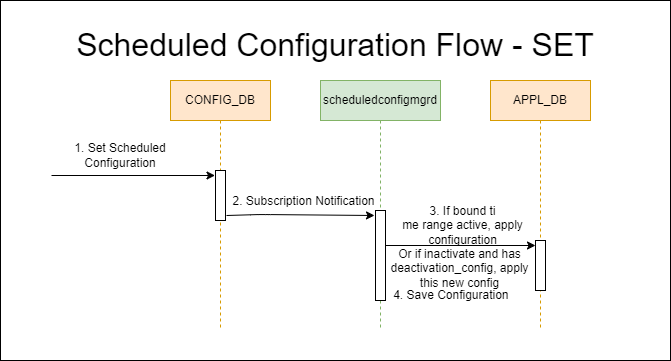
Before: doc/scheduled-configurations/images/scheduled-configuration-flow-set.png, a diagram exported from draw.io (sonic-net/SONiC). Source tidied: cells renumbered, new cells last; positions are measured from the earlier drawing's top-left corner, leaving out a move shared by most shapes. Source of this version:
```xml
<mxGraphModel>
  <root>
    <mxCell id="0" />
    <mxCell id="1" parent="0" />
    <mxCell id="2" style="rounded=0;whiteSpace=wrap;html=1;" parent="1" vertex="1">
      <mxGeometry width="670" height="360" as="geometry" />
    </mxCell>
    <mxCell id="3" value="CONFIG_DB" style="shape=umlLifeline;perimeter=lifelinePerimeter;whiteSpace=wrap;html=1;fillColor=#ffe6cc;strokeColor=#d79b00;" parent="1" vertex="1">
      <mxGeometry x="170" y="80" width="100" height="250" as="geometry" />
    </mxCell>
    <mxCell id="4" style="html=1;perimeter=orthogonalPerimeter;" parent="3" vertex="1">
      <mxGeometry x="45" y="90" width="10" height="50" as="geometry" />
    </mxCell>
    <mxCell id="5" value="&lt;font style=&quot;font-size: 32px;&quot;&gt;Scheduled Configuration Flow - SET&lt;/font&gt;" style="text;html=1;strokeColor=none;fillColor=none;align=center;verticalAlign=middle;whiteSpace=wrap;rounded=0;" parent="1" vertex="1">
      <mxGeometry x="70" y="30" width="530" height="30" as="geometry" />
    </mxCell>
    <mxCell id="6" value="scheduledconfigmgrd" style="shape=umlLifeline;perimeter=lifelinePerimeter;whiteSpace=wrap;html=1;fillColor=#d5e8d4;strokeColor=#82b366;" parent="1" vertex="1">
      <mxGeometry x="320" y="80" width="120" height="250" as="geometry" />
    </mxCell>
    <mxCell id="7" style="html=1;perimeter=orthogonalPerimeter;" parent="6" vertex="1">
      <mxGeometry x="55" y="130" width="10" height="90" as="geometry" />
    </mxCell>
    <mxCell id="8" style="edgeStyle=none;html=1;exitX=0.1;exitY=0.088;exitDx=0;exitDy=0;exitPerimeter=0;" parent="1" edge="1">
      <mxGeometry relative="1" as="geometry">
        <mxPoint x="51" y="175" as="sourcePoint" />
        <mxPoint x="214.5" y="175" as="targetPoint" />
      </mxGeometry>
    </mxCell>
    <mxCell id="9" style="edgeStyle=none;html=1;startArrow=none;" parent="1" edge="1">
      <mxGeometry relative="1" as="geometry">
        <mxPoint x="226" y="215" as="sourcePoint" />
        <mxPoint x="374" y="215" as="targetPoint" />
        <Array as="points">
          <mxPoint x="260" y="214" />
        </Array>
      </mxGeometry>
    </mxCell>
    <mxCell id="10" value="2. Subscription Notification" style="edgeLabel;html=1;align=center;verticalAlign=middle;fontSize=12;" parent="9" vertex="1">
      <mxGeometry x="-0.36" y="-1" relative="1" as="geometry">
        <mxPoint x="29" y="-15" as="offset" />
      </mxGeometry>
    </mxCell>
    <mxCell id="11" value="4. Save Configuration&amp;nbsp;" style="text;html=1;strokeColor=none;fillColor=none;align=center;verticalAlign=middle;whiteSpace=wrap;rounded=0;" parent="1" vertex="1">
      <mxGeometry x="380" y="280" width="145" height="30" as="geometry" />
    </mxCell>
    <mxCell id="12" value="1. Set Scheduled Configuration" style="text;html=1;strokeColor=none;fillColor=none;align=center;verticalAlign=middle;whiteSpace=wrap;rounded=0;" parent="1" vertex="1">
      <mxGeometry x="50" y="140" width="140" height="30" as="geometry" />
    </mxCell>
    <mxCell id="13" value="APPL_DB" style="shape=umlLifeline;perimeter=lifelinePerimeter;whiteSpace=wrap;html=1;fillColor=#ffe6cc;strokeColor=#d79b00;" parent="1" vertex="1">
      <mxGeometry x="490" y="80" width="100" height="250" as="geometry" />
    </mxCell>
    <mxCell id="14" style="html=1;perimeter=orthogonalPerimeter;" parent="13" vertex="1">
      <mxGeometry x="45" y="160" width="10" height="50" as="geometry" />
    </mxCell>
    <mxCell id="15" value="3. If bound ti&lt;span style=&quot;color: rgba(0, 0, 0, 0); font-family: monospace; font-size: 0px; text-align: start;&quot;&gt;%3CmxGraphModel%3E%3Croot%3E%3CmxCell%20id%3D%220%22%2F%3E%3CmxCell%20id%3D%221%22%20parent%3D%220%22%2F%3E%3CmxCell%20id%3D%222%22%20value%3D%223.%20If%20Configuration%20is%20Active%2C%20Delete%20from%20APPL_DB%22%20style%3D%22text%3Bhtml%3D1%3BstrokeColor%3Dnone%3BfillColor%3Dnone%3Balign%3Dcenter%3BverticalAlign%3Dmiddle%3BwhiteSpace%3Dwrap%3Brounded%3D0%3B%22%20vertex%3D%221%22%20parent%3D%221%22%3E%3CmxGeometry%20x%3D%22410%22%20y%3D%22230%22%20width%3D%22165%22%20height%3D%2230%22%20as%3D%22geometry%22%2F%3E%3C%2FmxCell%3E%3C%2Froot%3E%3C%2FmxGraphModel%3E&lt;/span&gt;&lt;br&gt;me range active, apply configuration&lt;span style=&quot;color: rgba(0, 0, 0, 0); font-family: monospace; font-size: 0px; text-align: start;&quot;&gt;%3CmxGraphModel%3E%3Croot%3E%3CmxCell%20id%3D%220%22%2F%3E%3CmxCell%20id%3D%221%22%20parent%3D%220%22%2F%3E%3CmxCell%20id%3D%222%22%20value%3D%223.%20If%20Configuration%20is%20Active%2C%20Delete%20from%20APPL_DB%22%20style%3D%22text%3Bhtml%3D1%3BstrokeColor%3Dnone%3BfillColor%3Dnone%3Balign%3Dcenter%3BverticalAlign%3Dmiddle%3BwhiteSpace%3Dwrap%3Brounded%3D0%3B%22%20vertex%3D%221%22%20parent%3D%221%22%3E%3CmxGeometry%20x%3D%22410%22%20y%3D%22230%22%20width%3D%22165%22%20height%3D%2230%22%20as%3D%22geometry%22%2F%3E%3C%2FmxCell%3E%3C%2Froot%3E%3C%2FmxGraphModel%3E&lt;/span&gt;" style="text;html=1;strokeColor=none;fillColor=none;align=center;verticalAlign=middle;whiteSpace=wrap;rounded=0;" parent="1" vertex="1">
      <mxGeometry x="390" y="210" width="145" height="30" as="geometry" />
    </mxCell>
    <mxCell id="16" style="endArrow=classic;html=1;" parent="1" edge="1">
      <mxGeometry relative="1" as="geometry">
        <mxPoint x="385" y="245" as="sourcePoint" />
        <mxPoint x="535" y="245" as="targetPoint" />
      </mxGeometry>
    </mxCell>
    <mxCell id="17" value="Or if inactivate and has deactivation_config, apply this new config" style="text;html=1;strokeColor=none;fillColor=none;align=center;verticalAlign=middle;whiteSpace=wrap;rounded=0;" parent="1" vertex="1">
      <mxGeometry x="387" y="253" width="145" height="30" as="geometry" />
    </mxCell>
  </root>
</mxGraphModel>
```
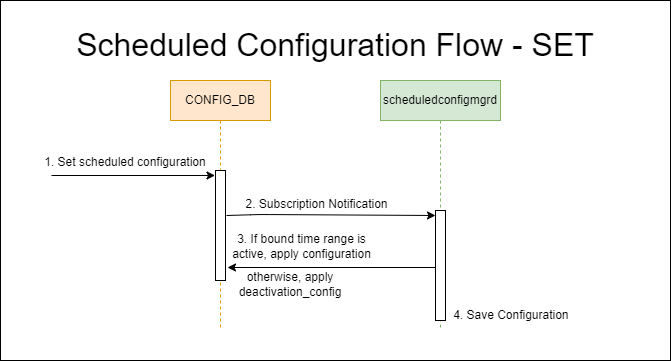
The same file after the commit.

Commit message:
Redesign of Scheduled Configurations

Change to the diagram source:
```diff
@@ -9,16 +9,16 @@
       <mxGeometry x="170" y="80" width="100" height="250" as="geometry" />
     </mxCell>
     <mxCell id="4" style="html=1;perimeter=orthogonalPerimeter;" parent="3" vertex="1">
-      <mxGeometry x="45" y="90" width="10" height="50" as="geometry" />
+      <mxGeometry x="45" y="90" width="10" height="110" as="geometry" />
     </mxCell>
     <mxCell id="5" value="&lt;font style=&quot;font-size: 32px;&quot;&gt;Scheduled Configuration Flow - SET&lt;/font&gt;" style="text;html=1;strokeColor=none;fillColor=none;align=center;verticalAlign=middle;whiteSpace=wrap;rounded=0;" parent="1" vertex="1">
       <mxGeometry x="70" y="30" width="530" height="30" as="geometry" />
     </mxCell>
     <mxCell id="6" value="scheduledconfigmgrd" style="shape=umlLifeline;perimeter=lifelinePerimeter;whiteSpace=wrap;html=1;fillColor=#d5e8d4;strokeColor=#82b366;" parent="1" vertex="1">
-      <mxGeometry x="320" y="80" width="120" height="250" as="geometry" />
+      <mxGeometry x="380" y="80" width="120" height="250" as="geometry" />
     </mxCell>
     <mxCell id="7" style="html=1;perimeter=orthogonalPerimeter;" parent="6" vertex="1">
-      <mxGeometry x="55" y="130" width="10" height="90" as="geometry" />
+      <mxGeometry x="55" y="130" width="10" height="110" as="geometry" />
     </mxCell>
     <mxCell id="8" style="edgeStyle=none;html=1;exitX=0.1;exitY=0.088;exitDx=0;exitDy=0;exitPerimeter=0;" parent="1" edge="1">
       <mxGeometry relative="1" as="geometry">
@@ -29,7 +29,7 @@
     <mxCell id="9" style="edgeStyle=none;html=1;startArrow=none;" parent="1" edge="1">
       <mxGeometry relative="1" as="geometry">
         <mxPoint x="226" y="215" as="sourcePoint" />
-        <mxPoint x="374" y="215" as="targetPoint" />
+        <mxPoint x="435" y="215" as="targetPoint" />
         <Array as="points">
           <mxPoint x="260" y="214" />
         </Array>
@@ -37,32 +37,26 @@
     </mxCell>
     <mxCell id="10" value="2. Subscription Notification" style="edgeLabel;html=1;align=center;verticalAlign=middle;fontSize=12;" parent="9" vertex="1">
       <mxGeometry x="-0.36" y="-1" relative="1" as="geometry">
-        <mxPoint x="29" y="-15" as="offset" />
+        <mxPoint x="22" y="-12" as="offset" />
       </mxGeometry>
     </mxCell>
     <mxCell id="11" value="4. Save Configuration&amp;nbsp;" style="text;html=1;strokeColor=none;fillColor=none;align=center;verticalAlign=middle;whiteSpace=wrap;rounded=0;" parent="1" vertex="1">
-      <mxGeometry x="380" y="280" width="145" height="30" as="geometry" />
+      <mxGeometry x="440" y="300" width="145" height="30" as="geometry" />
     </mxCell>
-    <mxCell id="12" value="1. Set Scheduled Configuration" style="text;html=1;strokeColor=none;fillColor=none;align=center;verticalAlign=middle;whiteSpace=wrap;rounded=0;" parent="1" vertex="1">
-      <mxGeometry x="50" y="140" width="140" height="30" as="geometry" />
+    <mxCell id="12" value="1. Set scheduled configuration" style="text;html=1;strokeColor=none;fillColor=none;align=center;verticalAlign=middle;whiteSpace=wrap;rounded=0;" parent="1" vertex="1">
+      <mxGeometry x="30" y="147" width="190" height="30" as="geometry" />
     </mxCell>
-    <mxCell id="13" value="APPL_DB" style="shape=umlLifeline;perimeter=lifelinePerimeter;whiteSpace=wrap;html=1;fillColor=#ffe6cc;strokeColor=#d79b00;" parent="1" vertex="1">
-      <mxGeometry x="490" y="80" width="100" height="250" as="geometry" />
-    </mxCell>
-    <mxCell id="14" style="html=1;perimeter=orthogonalPerimeter;" parent="13" vertex="1">
-      <mxGeometry x="45" y="160" width="10" height="50" as="geometry" />
-    </mxCell>
-    <mxCell id="15" value="3. If bound ti&lt;span style=&quot;color: rgba(0, 0, 0, 0); font-family: monospace; font-size: 0px; text-align: start;&quot;&gt;%3CmxGraphModel%3E%3Croot%3E%3CmxCell%20id%3D%220%22%2F%3E%3CmxCell%20id%3D%221%22%20parent%3D%220%22%2F%3E%3CmxCell%20id%3D%222%22%20value%3D%223.%20If%20Configuration%20is%20Active%2C%20Delete%20from%20APPL_DB%22%20style%3D%22text%3Bhtml%3D1%3BstrokeColor%3Dnone%3BfillColor%3Dnone%3Balign%3Dcenter%3BverticalAlign%3Dmiddle%3BwhiteSpace%3Dwrap%3Brounded%3D0%3B%22%20vertex%3D%221%22%20parent%3D%221%22%3E%3CmxGeometry%20x%3D%22410%22%20y%3D%22230%22%20width%3D%22165%22%20height%3D%2230%22%20as%3D%22geometry%22%2F%3E%3C%2FmxCell%3E%3C%2Froot%3E%3C%2FmxGraphModel%3E&lt;/span&gt;&lt;br&gt;me range active, apply configuration&lt;span style=&quot;color: rgba(0, 0, 0, 0); font-family: monospace; font-size: 0px; text-align: start;&quot;&gt;%3CmxGraphModel%3E%3Croot%3E%3CmxCell%20id%3D%220%22%2F%3E%3CmxCell%20id%3D%221%22%20parent%3D%220%22%2F%3E%3CmxCell%20id%3D%222%22%20value%3D%223.%20If%20Configuration%20is%20Active%2C%20Delete%20from%20APPL_DB%22%20style%3D%22text%3Bhtml%3D1%3BstrokeColor%3Dnone%3BfillColor%3Dnone%3Balign%3Dcenter%3BverticalAlign%3Dmiddle%3BwhiteSpace%3Dwrap%3Brounded%3D0%3B%22%20vertex%3D%221%22%20parent%3D%221%22%3E%3CmxGeometry%20x%3D%22410%22%20y%3D%22230%22%20width%3D%22165%22%20height%3D%2230%22%20as%3D%22geometry%22%2F%3E%3C%2FmxCell%3E%3C%2Froot%3E%3C%2FmxGraphModel%3E&lt;/span&gt;" style="text;html=1;strokeColor=none;fillColor=none;align=center;verticalAlign=middle;whiteSpace=wrap;rounded=0;" parent="1" vertex="1">
-      <mxGeometry x="390" y="210" width="145" height="30" as="geometry" />
+    <mxCell id="15" value="3. If bound time range is active, apply configuration" style="text;html=1;strokeColor=none;fillColor=none;align=center;verticalAlign=middle;whiteSpace=wrap;rounded=0;" parent="1" vertex="1">
+      <mxGeometry x="229" y="231" width="145" height="30" as="geometry" />
     </mxCell>
     <mxCell id="16" style="endArrow=classic;html=1;" parent="1" edge="1">
       <mxGeometry relative="1" as="geometry">
-        <mxPoint x="385" y="245" as="sourcePoint" />
-        <mxPoint x="535" y="245" as="targetPoint" />
+        <mxPoint x="435" y="267" as="sourcePoint" />
+        <mxPoint x="227" y="267" as="targetPoint" />
       </mxGeometry>
     </mxCell>
-    <mxCell id="17" value="Or if inactivate and has deactivation_config, apply this new config" style="text;html=1;strokeColor=none;fillColor=none;align=center;verticalAlign=middle;whiteSpace=wrap;rounded=0;" parent="1" vertex="1">
-      <mxGeometry x="387" y="253" width="145" height="30" as="geometry" />
-    </mxCell>
+    <mxCell id="18" value="otherwise, apply deactivation_config" style="text;html=1;strokeColor=none;fillColor=none;align=center;verticalAlign=middle;whiteSpace=wrap;rounded=0;" parent="1" vertex="1">
+      <mxGeometry x="218" y="269" width="144" height="30" as="geometry" />
+    </mxCell>
   </root>
 </mxGraphModel>
```
